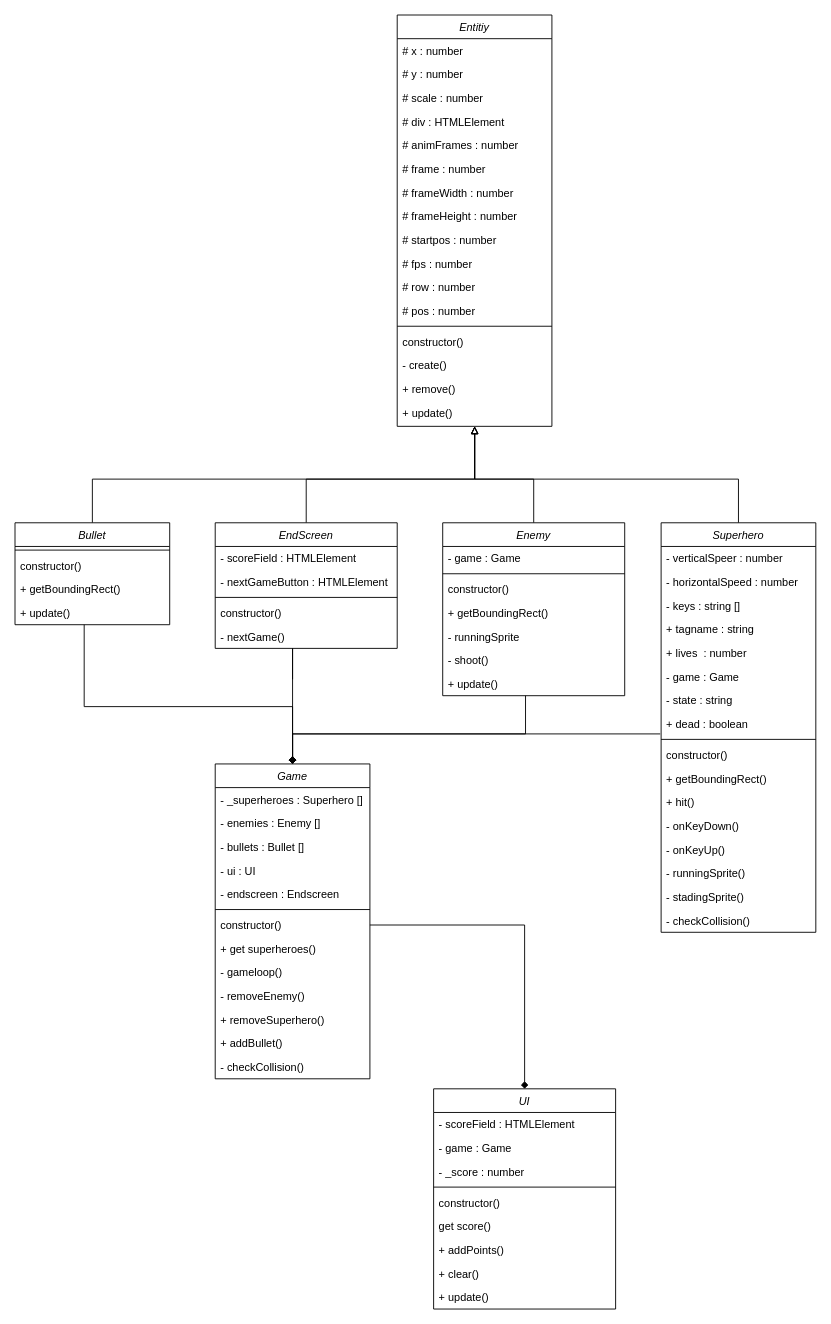
The draw.io diagram docs/Untitled Diagram.drawio in Olivier-Vromans/Batman-Game, before the edit. Source tidied: cells renumbered, new cells numbered last; positions are measured from the earlier drawing's top-left corner, leaving out a move shared by most shapes. Both pictures are drawn from the tidied source at 91%, with x=0, y=0 at pixel (15, 15).
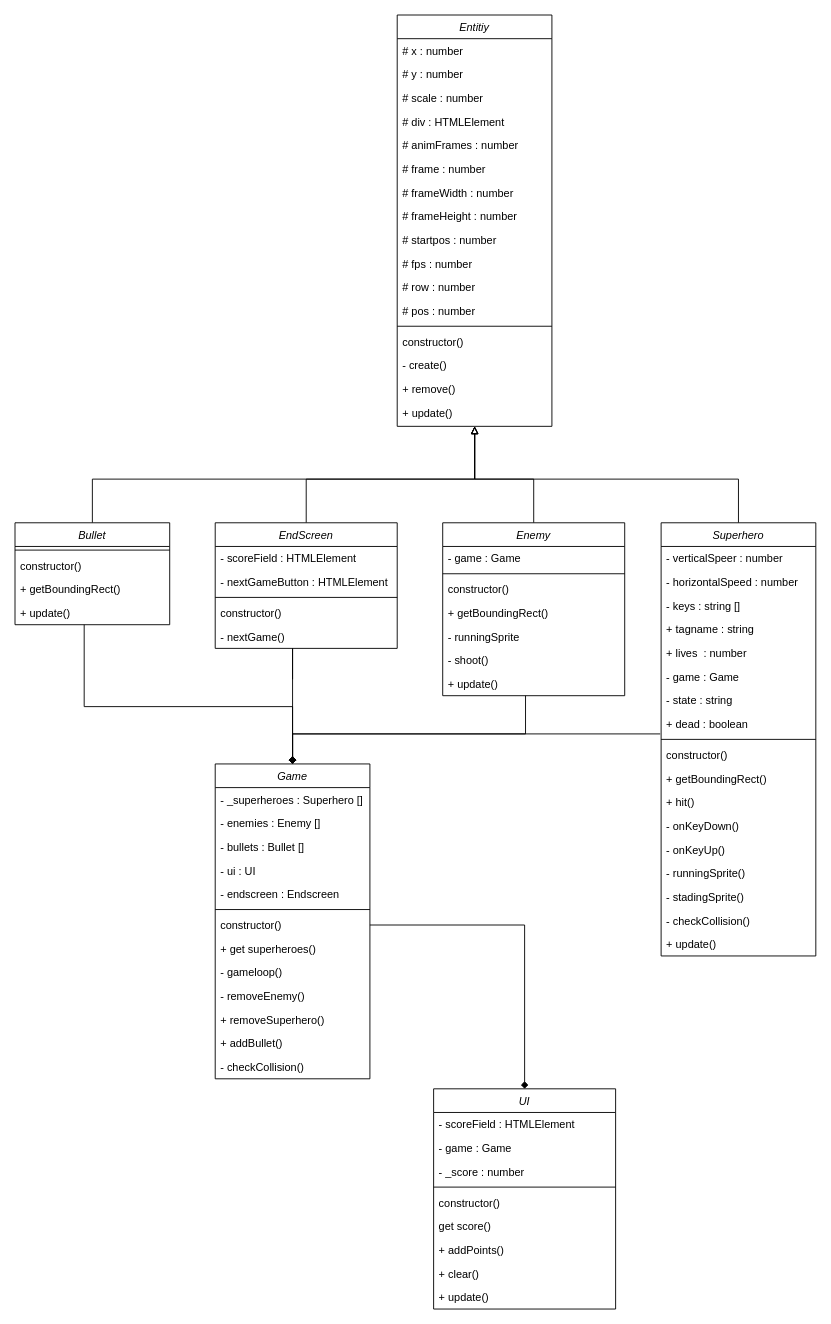
After the change.

The edit, as a diff of the source:
```diff
@@
     <mxCell id="18" value="Superhero" style="swimlane;fontStyle=2;align=center;verticalAlign=top;horizontal=1;startSize=26;rounded=0;shadow=0;strokeWidth=1;" parent="1" vertex="1">
-      <mxGeometry x="710" y="558" width="170" height="450" as="geometry" />
+      <mxGeometry x="710" y="558" width="170" height="476" as="geometry" />
     </mxCell>
@@
+    <mxCell id="90" value="+ update()" style="text;align=left;verticalAlign=top;spacingLeft=4;spacingRight=4;overflow=hidden;" parent="18" vertex="1">
+      <mxGeometry y="450" width="170" height="26" as="geometry" />
+    </mxCell>
```
